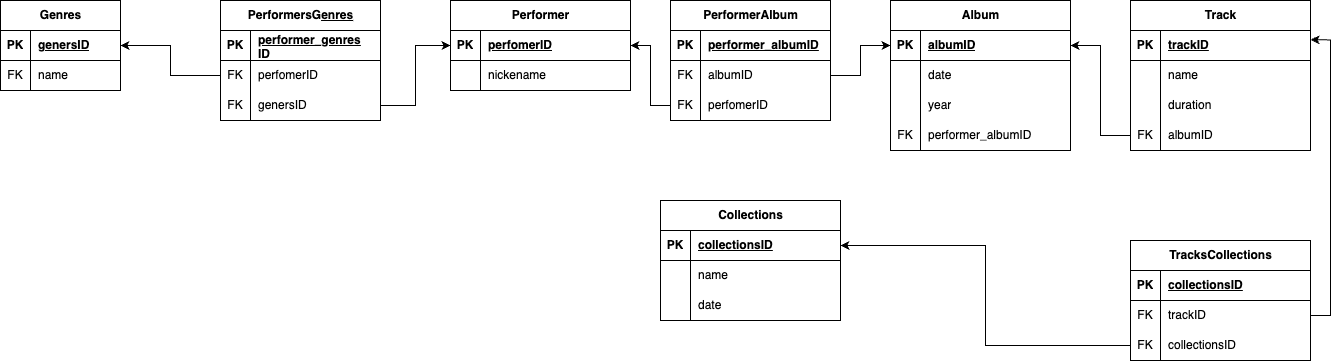
OAzamat/diagram_2 keeps this draw.io diagram as Диаграмма без названия.drawio.png. Above is the earlier version. Source tidied: cells renumbered, new cells last; positions are measured from the earlier drawing's top-left corner, leaving out a move shared by most shapes.
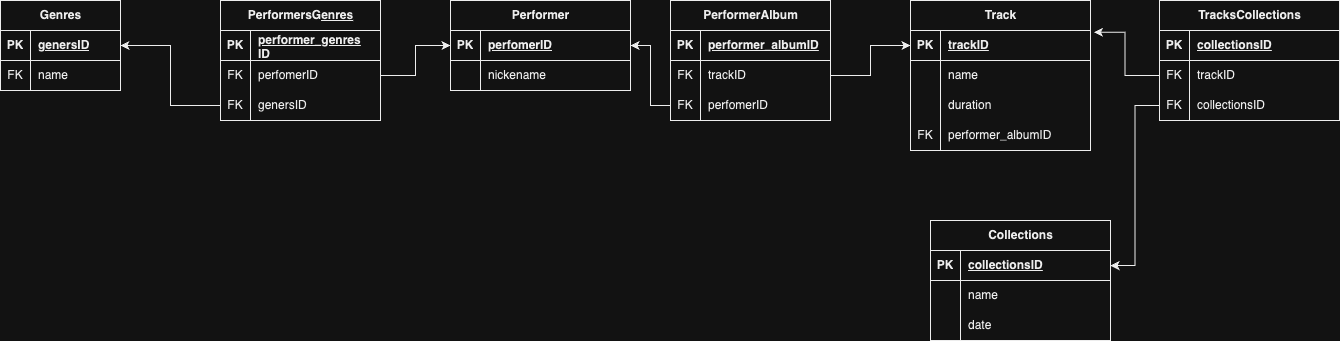
The same diagram one commit later.

What changed in the source:
```diff
@@ -62,7 +62,7 @@
     <mxCell id="21" value="FK" style="shape=partialRectangle;fillColor=none;top=0;left=0;bottom=0;right=0;overflow=hidden;whiteSpace=wrap;html=1;" parent="20" vertex="1">
       <mxGeometry width="30" height="30" as="geometry" />
     </mxCell>
-    <mxCell id="22" value="albumID" style="shape=partialRectangle;fillColor=none;top=0;left=0;bottom=0;right=0;align=left;spacingLeft=6;overflow=hidden;whiteSpace=wrap;html=1;" parent="20" vertex="1">
+    <mxCell id="22" value="trackID" style="shape=partialRectangle;fillColor=none;top=0;left=0;bottom=0;right=0;align=left;spacingLeft=6;overflow=hidden;whiteSpace=wrap;html=1;" parent="20" vertex="1">
       <mxGeometry x="30" width="130" height="30" as="geometry" />
     </mxCell>
     <mxCell id="23" style="shape=tableRow;horizontal=0;startSize=0;swimlaneHead=0;swimlaneBody=0;fillColor=none;points=[[0,0.5],[1,0.5]];portConstraint=eastwest;top=0;left=0;right=0;bottom=0;" parent="16" vertex="1">
@@ -74,47 +74,8 @@
     <mxCell id="25" value="perfomerID" style="shape=partialRectangle;fillColor=none;top=0;left=0;bottom=0;right=0;align=left;spacingLeft=6;overflow=hidden;whiteSpace=wrap;html=1;" parent="23" vertex="1">
       <mxGeometry x="30" width="130" height="30" as="geometry" />
     </mxCell>
-    <mxCell id="26" value="Album" style="shape=table;startSize=30;rowLines=0;fontStyle=1;align=center;html=1;" parent="1" vertex="1">
-      <mxGeometry x="890" width="180" height="150" as="geometry" />
-    </mxCell>
-    <mxCell id="27" style="shape=tableRow;horizontal=0;startSize=0;swimlaneHead=0;swimlaneBody=0;fillColor=none;points=[[0,0.5],[1,0.5]];portConstraint=eastwest;top=0;left=0;right=0;bottom=1;" parent="26" vertex="1">
-      <mxGeometry y="30" width="180" height="30" as="geometry" />
-    </mxCell>
-    <mxCell id="28" value="PK" style="shape=partialRectangle;fillColor=none;top=0;left=0;bottom=0;right=0;fontStyle=1;overflow=hidden;whiteSpace=wrap;html=1;" parent="27" vertex="1">
-      <mxGeometry width="30" height="30" as="geometry" />
-    </mxCell>
-    <mxCell id="29" value="albumID" style="shape=partialRectangle;fillColor=none;top=0;left=0;bottom=0;right=0;align=left;spacingLeft=6;fontStyle=5;overflow=hidden;whiteSpace=wrap;html=1;" parent="27" vertex="1">
-      <mxGeometry x="30" width="150" height="30" as="geometry" />
-    </mxCell>
-    <mxCell id="30" style="shape=tableRow;horizontal=0;startSize=0;swimlaneHead=0;swimlaneBody=0;fillColor=none;top=0;left=0;right=0;bottom=0;" parent="26" vertex="1">
-      <mxGeometry y="60" width="180" height="30" as="geometry" />
-    </mxCell>
-    <mxCell id="31" style="shape=partialRectangle;fillColor=none;top=0;left=0;bottom=0;right=0;overflow=hidden;whiteSpace=wrap;html=1;" parent="30" vertex="1">
-      <mxGeometry width="30" height="30" as="geometry" />
-    </mxCell>
-    <mxCell id="32" value="date" style="shape=partialRectangle;fillColor=none;top=0;left=0;bottom=0;right=0;align=left;spacingLeft=6;overflow=hidden;whiteSpace=wrap;html=1;" parent="30" vertex="1">
-      <mxGeometry x="30" width="150" height="30" as="geometry" />
-    </mxCell>
-    <mxCell id="33" style="shape=tableRow;horizontal=0;startSize=0;swimlaneHead=0;swimlaneBody=0;fillColor=none;top=0;left=0;right=0;bottom=0;" parent="26" vertex="1">
-      <mxGeometry y="90" width="180" height="30" as="geometry" />
-    </mxCell>
-    <mxCell id="34" style="shape=partialRectangle;fillColor=none;top=0;left=0;bottom=0;right=0;overflow=hidden;whiteSpace=wrap;html=1;" parent="33" vertex="1">
-      <mxGeometry width="30" height="30" as="geometry" />
-    </mxCell>
-    <mxCell id="35" value="year" style="shape=partialRectangle;fillColor=none;top=0;left=0;bottom=0;right=0;align=left;spacingLeft=6;overflow=hidden;whiteSpace=wrap;html=1;" parent="33" vertex="1">
-      <mxGeometry x="30" width="150" height="30" as="geometry" />
-    </mxCell>
-    <mxCell id="36" style="shape=tableRow;horizontal=0;startSize=0;swimlaneHead=0;swimlaneBody=0;fillColor=none;top=0;left=0;right=0;bottom=0;" parent="26" vertex="1">
-      <mxGeometry y="120" width="180" height="30" as="geometry" />
-    </mxCell>
-    <mxCell id="37" value="FK" style="shape=partialRectangle;fillColor=none;top=0;left=0;bottom=0;right=0;overflow=hidden;whiteSpace=wrap;html=1;" parent="36" vertex="1">
-      <mxGeometry width="30" height="30" as="geometry" />
-    </mxCell>
-    <mxCell id="38" value="performer_albumID" style="shape=partialRectangle;fillColor=none;top=0;left=0;bottom=0;right=0;align=left;spacingLeft=6;overflow=hidden;whiteSpace=wrap;html=1;" parent="36" vertex="1">
-      <mxGeometry x="30" width="150" height="30" as="geometry" />
-    </mxCell>
     <mxCell id="39" value="Track" style="shape=table;startSize=30;rowLines=0;fontStyle=1;align=center;html=1;" parent="1" vertex="1">
-      <mxGeometry x="1130" width="180" height="150" as="geometry" />
+      <mxGeometry x="910" width="180" height="150" as="geometry" />
     </mxCell>
     <mxCell id="40" style="shape=tableRow;horizontal=0;startSize=0;swimlaneHead=0;swimlaneBody=0;fillColor=none;points=[[0,0.5],[1,0.5]];portConstraint=eastwest;top=0;left=0;right=0;bottom=1;" parent="39" vertex="1">
       <mxGeometry y="30" width="180" height="30" as="geometry" />
@@ -149,20 +110,14 @@
     <mxCell id="50" value="FK" style="shape=partialRectangle;fillColor=none;top=0;left=0;bottom=0;right=0;overflow=hidden;whiteSpace=wrap;html=1;" parent="49" vertex="1">
       <mxGeometry width="30" height="30" as="geometry" />
     </mxCell>
-    <mxCell id="51" value="albumID" style="shape=partialRectangle;fillColor=none;top=0;left=0;bottom=0;right=0;align=left;spacingLeft=6;overflow=hidden;whiteSpace=wrap;html=1;" parent="49" vertex="1">
+    <mxCell id="51" value="performer_albumID" style="shape=partialRectangle;fillColor=none;top=0;left=0;bottom=0;right=0;align=left;spacingLeft=6;overflow=hidden;whiteSpace=wrap;html=1;" parent="49" vertex="1">
       <mxGeometry x="30" width="150" height="30" as="geometry" />
     </mxCell>
     <mxCell id="52" style="edgeStyle=orthogonalEdgeStyle;rounded=0;jettySize=auto;html=1;exitX=0;exitY=0.5;exitDx=0;exitDy=0;entryX=1;entryY=0.5;entryDx=0;entryDy=0;" parent="1" edge="1" source="23" target="10">
       <mxGeometry relative="1" as="geometry" />
     </mxCell>
-    <mxCell id="53" style="edgeStyle=orthogonalEdgeStyle;rounded=0;jettySize=auto;html=1;exitX=1;exitY=0.5;exitDx=0;exitDy=0;" parent="1" edge="1" source="20" target="27">
-      <mxGeometry relative="1" as="geometry" />
-    </mxCell>
-    <mxCell id="54" style="edgeStyle=orthogonalEdgeStyle;rounded=0;jettySize=auto;html=1;exitX=0;exitY=0.5;exitDx=0;exitDy=0;" parent="1" edge="1" source="49" target="27">
-      <mxGeometry relative="1" as="geometry" />
-    </mxCell>
     <mxCell id="55" value="Collections" style="shape=table;startSize=30;rowLines=0;fontStyle=1;align=center;html=1;" parent="1" vertex="1">
-      <mxGeometry x="660" y="200" width="180" height="120" as="geometry" />
+      <mxGeometry x="930" y="220" width="180" height="120" as="geometry" />
     </mxCell>
     <mxCell id="56" style="shape=tableRow;horizontal=0;startSize=0;swimlaneHead=0;swimlaneBody=0;fillColor=none;points=[[0,0.5],[1,0.5]];portConstraint=eastwest;top=0;left=0;right=0;bottom=1;" parent="55" vertex="1">
       <mxGeometry y="30" width="180" height="30" as="geometry" />
@@ -192,7 +147,7 @@
       <mxGeometry x="30" width="150" height="30" as="geometry" />
     </mxCell>
     <mxCell id="65" value="TracksCollections" style="shape=table;startSize=30;rowLines=0;fontStyle=1;align=center;html=1;" parent="1" vertex="1">
-      <mxGeometry x="1130" y="240" width="180" height="120" as="geometry" />
+      <mxGeometry x="1159" width="180" height="120" as="geometry" />
     </mxCell>
     <mxCell id="66" style="shape=tableRow;horizontal=0;startSize=0;swimlaneHead=0;swimlaneBody=0;fillColor=none;top=0;left=0;right=0;bottom=1;" parent="65" vertex="1">
       <mxGeometry y="30" width="180" height="30" as="geometry" />
@@ -224,9 +179,6 @@
     <mxCell id="75" style="edgeStyle=orthogonalEdgeStyle;rounded=0;jettySize=auto;html=1;exitX=0;exitY=0.5;exitDx=0;exitDy=0;" parent="1" edge="1" source="72" target="56">
       <mxGeometry relative="1" as="geometry" />
     </mxCell>
-    <mxCell id="76" style="edgeStyle=orthogonalEdgeStyle;rounded=0;jettySize=auto;html=1;exitX=1;exitY=0.5;exitDx=0;exitDy=0;entryX=1;entryY=0.309;entryDx=0;entryDy=0;entryPerimeter=0;" parent="1" edge="1" source="69" target="40">
-      <mxGeometry relative="1" as="geometry" />
-    </mxCell>
     <mxCell id="77" value="PerformersG&lt;span style=&quot;text-align: left; text-decoration-line: underline;&quot;&gt;enres&lt;/span&gt;" style="shape=table;startSize=30;rowLines=0;fontStyle=1;align=center;html=1;" parent="1" vertex="1">
       <mxGeometry x="220" width="160" height="120" as="geometry" />
     </mxCell>
@@ -257,11 +209,17 @@
     <mxCell id="86" value="genersID" style="shape=partialRectangle;fillColor=none;top=0;left=0;bottom=0;right=0;align=left;spacingLeft=6;overflow=hidden;whiteSpace=wrap;html=1;" parent="84" vertex="1">
       <mxGeometry x="30" width="130" height="30" as="geometry" />
     </mxCell>
-    <mxCell id="87" style="edgeStyle=orthogonalEdgeStyle;rounded=0;jettySize=auto;html=1;exitX=1;exitY=0.5;exitDx=0;exitDy=0;entryX=0;entryY=0.5;entryDx=0;entryDy=0;" parent="1" edge="1" source="84" target="10">
-      <mxGeometry relative="1" as="geometry" />
-    </mxCell>
-    <mxCell id="88" style="edgeStyle=orthogonalEdgeStyle;rounded=0;jettySize=auto;html=1;exitX=0;exitY=0.5;exitDx=0;exitDy=0;entryX=1;entryY=0.5;entryDx=0;entryDy=0;" parent="1" edge="1" source="81" target="3">
-      <mxGeometry relative="1" as="geometry" />
-    </mxCell>
+    <mxCell id="76" style="edgeStyle=orthogonalEdgeStyle;rounded=0;jettySize=auto;html=1;exitX=0;exitY=0.5;exitDx=0;exitDy=0;entryX=1.019;entryY=0.056;entryDx=0;entryDy=0;entryPerimeter=0;" parent="1" edge="1" source="69" target="40">
+      <mxGeometry relative="1" as="geometry" />
+    </mxCell>
+    <mxCell id="89" style="edgeStyle=orthogonalEdgeStyle;rounded=0;jettySize=auto;html=1;entryX=0;entryY=0.5;entryDx=0;entryDy=0;" parent="1" edge="1" source="20" target="40">
+      <mxGeometry relative="1" as="geometry" />
+    </mxCell>
+    <mxCell id="90" style="edgeStyle=orthogonalEdgeStyle;rounded=0;jettySize=auto;html=1;exitX=1;exitY=0.5;exitDx=0;exitDy=0;entryX=0;entryY=0.5;entryDx=0;entryDy=0;" parent="1" edge="1" source="81" target="10">
+      <mxGeometry relative="1" as="geometry" />
+    </mxCell>
+    <mxCell id="91" style="edgeStyle=orthogonalEdgeStyle;rounded=0;jettySize=auto;html=1;exitX=0;exitY=0.5;exitDx=0;exitDy=0;entryX=1;entryY=0.5;entryDx=0;entryDy=0;" parent="1" edge="1" source="84" target="3">
+      <mxGeometry relative="1" as="geometry" />
+    </mxCell>
   </root>
 </mxGraphModel>
```
